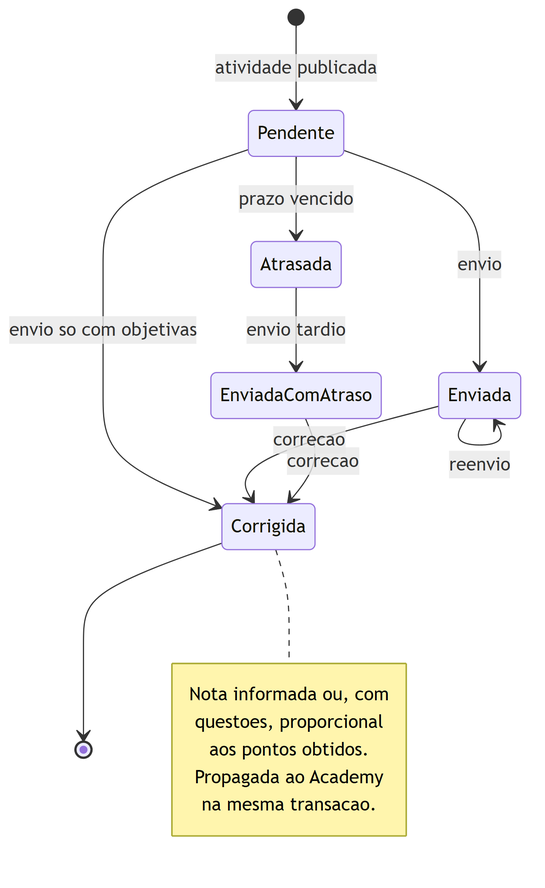
Above: docs/diagramas/png/estado-entrega.png in bebberjoao/RoosterOneBackend (Mermaid), before the change. Its source is kept beside it as docs/diagramas/src/estado-entrega.mmd.
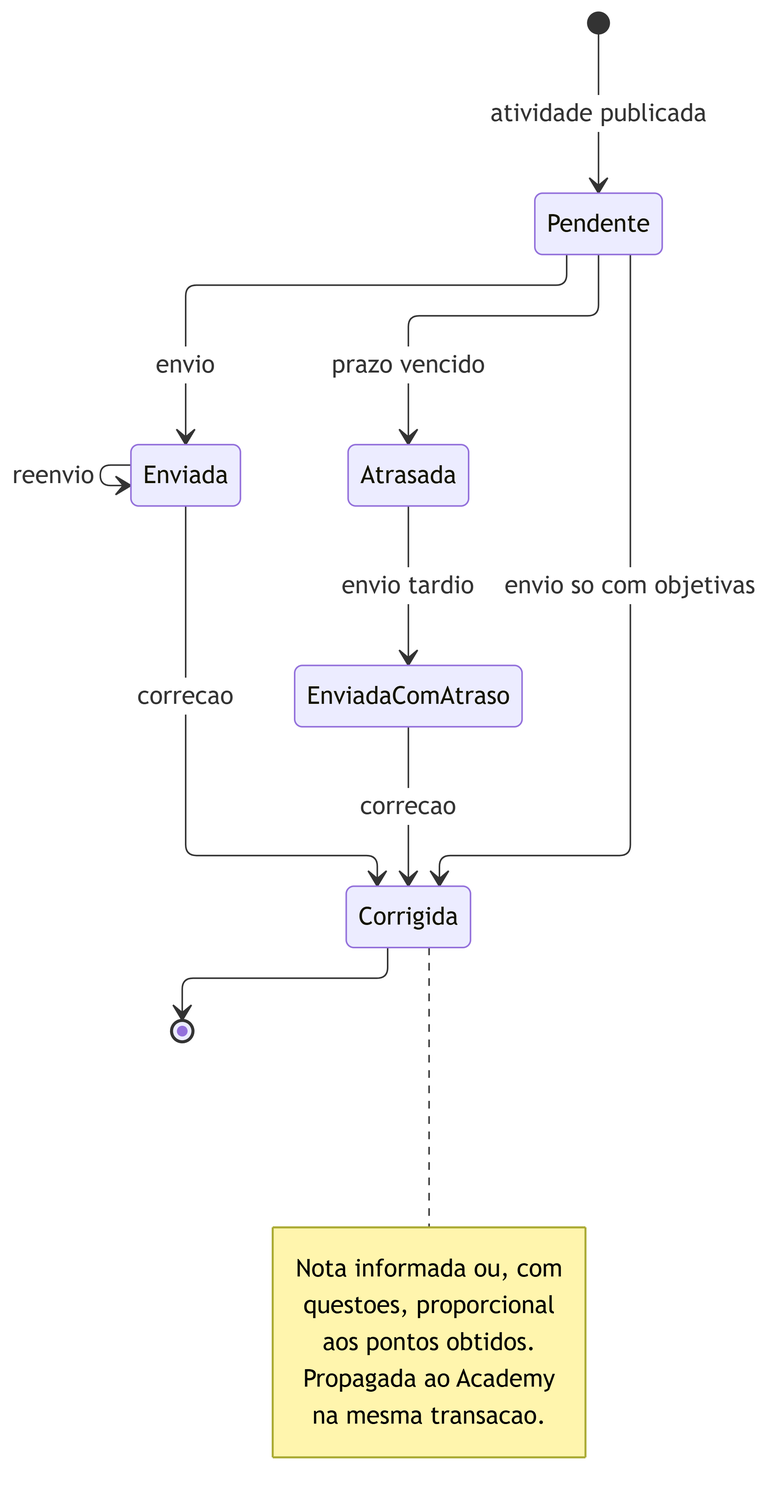
Later version of the same file.

What changed in the source:
```diff
@@ -1,3 +1,4 @@
+%%{init: {"layout":"elk","state":{"nodeSpacing":28,"rankSpacing":32,"padding":6}}}%%
 stateDiagram-v2
   [*] --> Pendente : atividade publicada
   Pendente --> Enviada : envio
```
